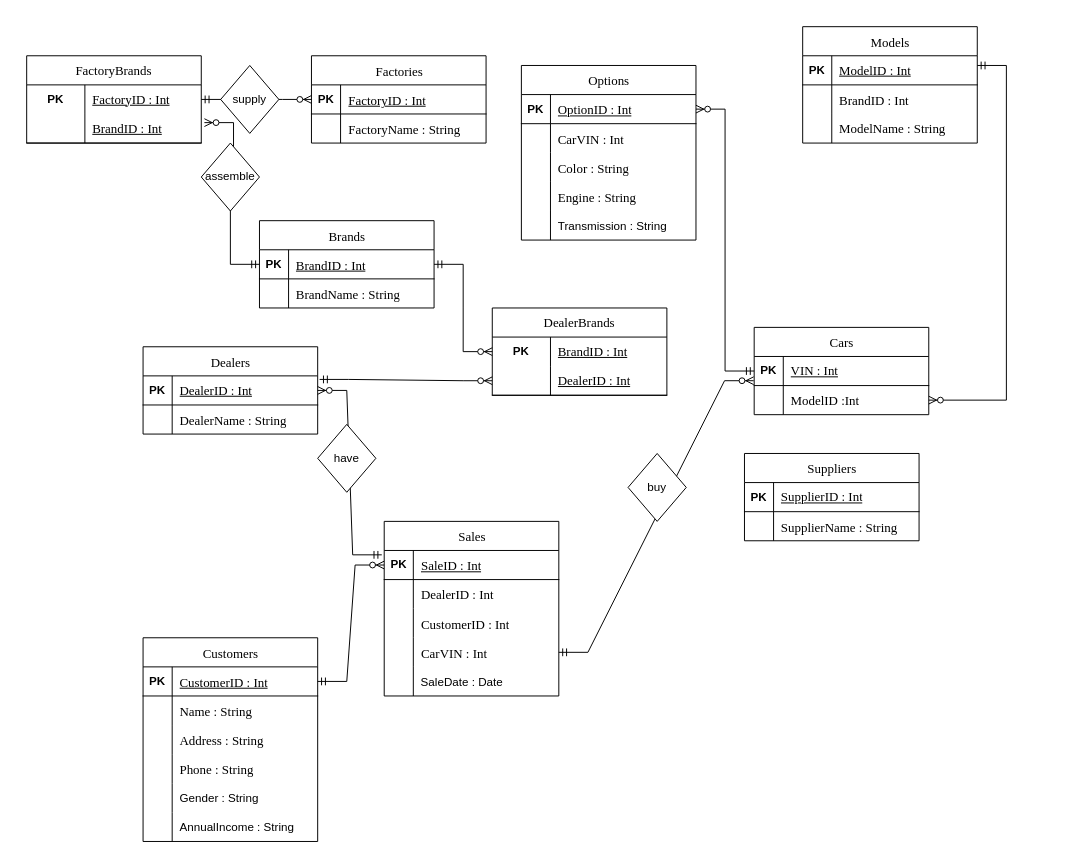
Above: Untitled Diagram.drawio in CHUNG-HAO/DBPG (draw.io), before the change. Source tidied: cells renumbered, new cells numbered last; positions are measured from the earlier drawing's top-left corner, leaving out a move shared by most shapes. Both pictures are drawn from the tidied source at 97%, with x=0, y=0 at pixel (26, 26).
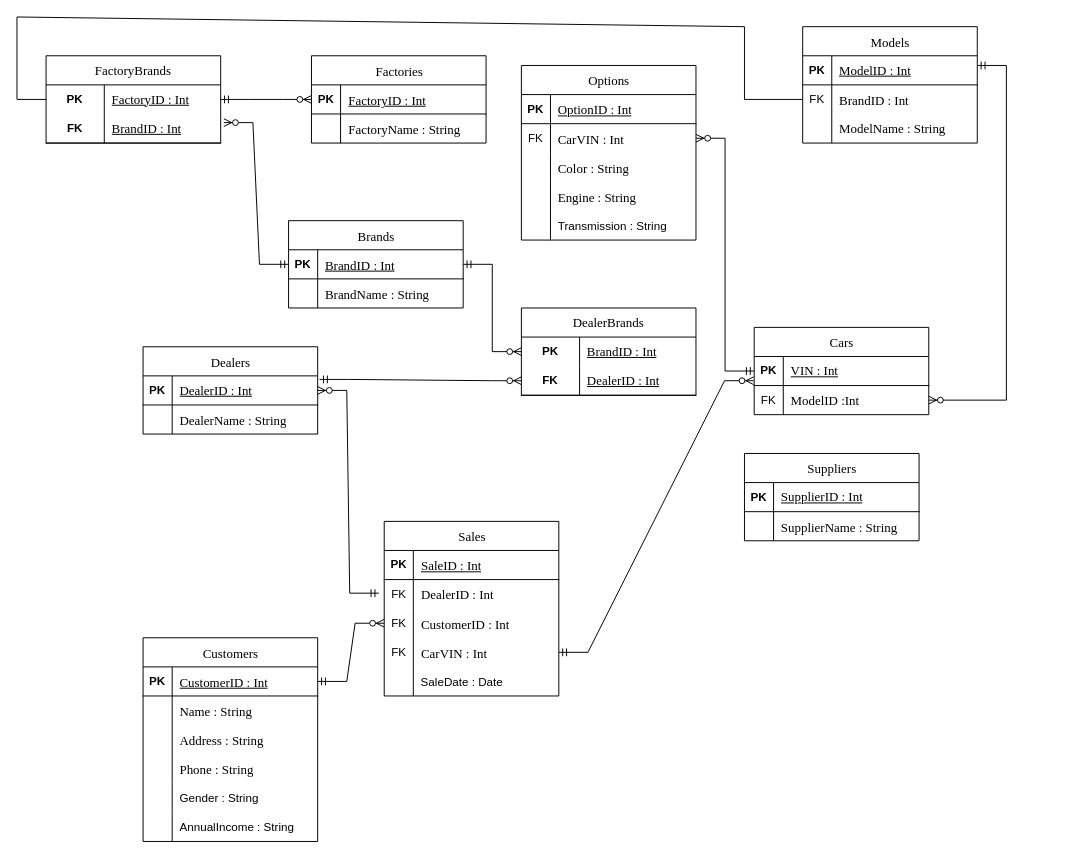
The same diagram, later.

The change refers to these unchanged cells:
```xml
<mxCell id="13" style="shape=tableRow;horizontal=0;startSize=0;swimlaneHead=0;swimlaneBody=0;fillColor=none;points=[[0,0.5],[1,0.5]];portConstraint=eastwest;top=0;left=0;right=0;bottom=0;" parent="9" vertex="1">
  <mxGeometry y="60" width="180" height="30" as="geometry" />
</mxCell>
<mxCell id="21" style="shape=tableRow;horizontal=0;startSize=0;swimlaneHead=0;swimlaneBody=0;fillColor=none;points=[[0,0.5],[1,0.5]];portConstraint=eastwest;top=0;left=0;right=0;bottom=1;" parent="20" vertex="1">
  <mxGeometry y="30" width="180" height="30" as="geometry" />
</mxCell>
<mxCell id="24" style="shape=tableRow;horizontal=0;startSize=0;swimlaneHead=0;swimlaneBody=0;fillColor=none;points=[[0,0.5],[1,0.5]];portConstraint=eastwest;top=0;left=0;right=0;bottom=0;" parent="20" vertex="1">
  <mxGeometry y="60" width="180" height="30" as="geometry" />
</mxCell>
<mxCell id="29" style="shape=tableRow;horizontal=0;startSize=0;swimlaneHead=0;swimlaneBody=0;fillColor=none;points=[[0,0.5],[1,0.5]];portConstraint=eastwest;top=0;left=0;right=0;bottom=1;" parent="28" vertex="1">
  <mxGeometry y="30" width="180" height="30" as="geometry" />
</mxCell>
<mxCell id="32" style="shape=tableRow;horizontal=0;startSize=0;swimlaneHead=0;swimlaneBody=0;fillColor=none;points=[[0,0.5],[1,0.5]];portConstraint=eastwest;top=0;left=0;right=0;bottom=0;" parent="28" vertex="1">
  <mxGeometry y="60" width="180" height="30" as="geometry" />
</mxCell>
<mxCell id="46" style="shape=tableRow;horizontal=0;startSize=0;swimlaneHead=0;swimlaneBody=0;fillColor=none;points=[[0,0.5],[1,0.5]];portConstraint=eastwest;top=0;left=0;right=0;bottom=1;" parent="45" vertex="1">
  <mxGeometry y="30" width="180" height="30" as="geometry" />
</mxCell>
<mxCell id="53" style="shape=tableRow;horizontal=0;startSize=0;swimlaneHead=0;swimlaneBody=0;fillColor=none;points=[[0,0.5],[1,0.5]];portConstraint=eastwest;top=0;left=0;right=0;bottom=1;" parent="52" vertex="1">
  <mxGeometry y="30" width="180" height="30" as="geometry" />
</mxCell>
<mxCell id="72" style="shape=tableRow;horizontal=0;startSize=0;swimlaneHead=0;swimlaneBody=0;fillColor=none;points=[[0,0.5],[1,0.5]];portConstraint=eastwest;top=0;left=0;right=0;bottom=1;" parent="71" vertex="1">
  <mxGeometry y="30" width="180" height="30" as="geometry" />
</mxCell>
<mxCell id="75" style="shape=tableRow;horizontal=0;startSize=0;swimlaneHead=0;swimlaneBody=0;fillColor=none;points=[[0,0.5],[1,0.5]];portConstraint=eastwest;top=0;left=0;right=0;bottom=0;" parent="71" vertex="1">
  <mxGeometry y="60" width="180" height="30" as="geometry" />
</mxCell>
<mxCell id="78" style="shape=tableRow;horizontal=0;startSize=0;swimlaneHead=0;swimlaneBody=0;fillColor=none;points=[[0,0.5],[1,0.5]];portConstraint=eastwest;top=0;left=0;right=0;bottom=0;" parent="71" vertex="1">
  <mxGeometry y="90" width="180" height="30" as="geometry" />
</mxCell>
<mxCell id="81" style="shape=tableRow;horizontal=0;startSize=0;swimlaneHead=0;swimlaneBody=0;fillColor=none;points=[[0,0.5],[1,0.5]];portConstraint=eastwest;top=0;left=0;right=0;bottom=0;" parent="71" vertex="1">
  <mxGeometry y="120" width="180" height="30" as="geometry" />
</mxCell>
<mxCell id="107" style="shape=tableRow;horizontal=0;startSize=0;swimlaneHead=0;swimlaneBody=0;fillColor=none;points=[[0,0.5],[1,0.5]];portConstraint=eastwest;top=0;left=0;right=0;bottom=1;html=1;" parent="103" vertex="1">
  <mxGeometry y="60" width="180" height="30" as="geometry" />
</mxCell>
<mxCell id="111" style="shape=tableRow;horizontal=0;startSize=0;swimlaneHead=0;swimlaneBody=0;fillColor=none;points=[[0,0.5],[1,0.5]];portConstraint=eastwest;top=0;left=0;right=0;bottom=0;html=1;" parent="110" vertex="1">
  <mxGeometry y="30" width="180" height="30" as="geometry" />
</mxCell>
<mxCell id="114" style="shape=tableRow;horizontal=0;startSize=0;swimlaneHead=0;swimlaneBody=0;fillColor=none;points=[[0,0.5],[1,0.5]];portConstraint=eastwest;top=0;left=0;right=0;bottom=1;html=1;" parent="110" vertex="1">
  <mxGeometry y="60" width="180" height="30" as="geometry" />
</mxCell>
```

What changed in the source:
```diff
@@
     <mxCell id="2" value="&lt;span style=&quot;font-weight: 400; text-align: start; white-space: normal; font-size: 10pt; font-family: &amp;quot;Times New Roman&amp;quot;, serif;&quot; lang=&quot;EN-US&quot;&gt;Brands&lt;/span&gt;&lt;span style=&quot;font-family: -webkit-standard; font-size: medium; font-weight: 400; text-align: start; white-space: normal;&quot;&gt;&lt;/span&gt;" style="shape=table;startSize=30;childLayout=tableLayout;rowLines=0;fontStyle=1;align=center;html=1;" parent="1" vertex="1">
-      <mxGeometry x="240" y="200" width="180" height="90" as="geometry" />
+      <mxGeometry x="270" y="200" width="180" height="90" as="geometry" />
     </mxCell>
@@
-    <mxCell id="14" style="shape=partialRectangle;fillColor=none;top=0;left=0;bottom=0;right=0;overflow=hidden;whiteSpace=wrap;html=1;" parent="13" vertex="1">
+    <mxCell id="14" value="FK" style="shape=partialRectangle;fillColor=none;top=0;left=0;bottom=0;right=0;overflow=hidden;whiteSpace=wrap;html=1;" parent="13" vertex="1">
       <mxGeometry width="30" height="30" as="geometry" />
     </mxCell>
@@
-    <mxCell id="25" style="shape=partialRectangle;fillColor=none;top=0;left=0;bottom=0;right=0;overflow=hidden;whiteSpace=wrap;html=1;" parent="24" vertex="1">
+    <mxCell id="25" value="FK" style="shape=partialRectangle;fillColor=none;top=0;left=0;bottom=0;right=0;overflow=hidden;whiteSpace=wrap;html=1;" parent="24" vertex="1">
       <mxGeometry width="30" height="30" as="geometry" />
     </mxCell>
@@
-    <mxCell id="33" style="shape=partialRectangle;fillColor=none;top=0;left=0;bottom=0;right=0;overflow=hidden;whiteSpace=wrap;html=1;" parent="32" vertex="1">
+    <mxCell id="33" value="FK" style="shape=partialRectangle;fillColor=none;top=0;left=0;bottom=0;right=0;overflow=hidden;whiteSpace=wrap;html=1;" parent="32" vertex="1">
       <mxGeometry width="30" height="30" as="geometry" />
     </mxCell>
@@
-    <mxCell id="76" style="shape=partialRectangle;fillColor=none;top=0;left=0;bottom=0;right=0;overflow=hidden;whiteSpace=wrap;html=1;" parent="75" vertex="1">
+    <mxCell id="76" value="FK" style="shape=partialRectangle;fillColor=none;top=0;left=0;bottom=0;right=0;overflow=hidden;whiteSpace=wrap;html=1;" parent="75" vertex="1">
       <mxGeometry width="30" height="30" as="geometry" />
     </mxCell>
@@
-    <mxCell id="79" style="shape=partialRectangle;fillColor=none;top=0;left=0;bottom=0;right=0;overflow=hidden;whiteSpace=wrap;html=1;" parent="78" vertex="1">
+    <mxCell id="79" value="FK" style="shape=partialRectangle;fillColor=none;top=0;left=0;bottom=0;right=0;overflow=hidden;whiteSpace=wrap;html=1;" parent="78" vertex="1">
       <mxGeometry width="30" height="30" as="geometry" />
     </mxCell>
@@
-    <mxCell id="82" style="shape=partialRectangle;fillColor=none;top=0;left=0;bottom=0;right=0;overflow=hidden;whiteSpace=wrap;html=1;" parent="81" vertex="1">
+    <mxCell id="82" value="FK" style="shape=partialRectangle;fillColor=none;top=0;left=0;bottom=0;right=0;overflow=hidden;whiteSpace=wrap;html=1;" parent="81" vertex="1">
       <mxGeometry width="30" height="30" as="geometry" />
     </mxCell>
@@
     <mxCell id="103" value="&lt;span style=&quot;font-family: &amp;quot;Times New Roman&amp;quot;, serif; font-size: 13.333333px; font-weight: 400; text-align: start;&quot;&gt;DealerBrands&lt;/span&gt;" style="shape=table;startSize=30;childLayout=tableLayout;rowLines=0;fontStyle=1;align=center;html=1;whiteSpace=wrap;" parent="1" vertex="1">
-      <mxGeometry x="480" y="290" width="180" height="90" as="geometry" />
+      <mxGeometry x="510" y="290" width="180" height="90" as="geometry" />
     </mxCell>
@@
-    <mxCell id="108" style="shape=partialRectangle;fillColor=none;top=0;left=0;bottom=0;right=0;fontStyle=1;overflow=hidden;html=1;whiteSpace=wrap;" parent="107" vertex="1">
+    <mxCell id="108" value="FK" style="shape=partialRectangle;fillColor=none;top=0;left=0;bottom=0;right=0;fontStyle=1;overflow=hidden;html=1;whiteSpace=wrap;" parent="107" vertex="1">
       <mxGeometry width="60" height="30" as="geometry" />
     </mxCell>
@@
     <mxCell id="110" value="&lt;span style=&quot;font-family: &amp;quot;Times New Roman&amp;quot;, serif; font-size: 13.333333px; font-weight: 400; text-align: start;&quot;&gt;FactoryBrands&lt;/span&gt;" style="shape=table;startSize=30;childLayout=tableLayout;rowLines=0;fontStyle=1;align=center;html=1;whiteSpace=wrap;" parent="1" vertex="1">
-      <mxGeometry y="30" width="180" height="90" as="geometry" />
+      <mxGeometry x="20" y="30" width="180" height="90" as="geometry" />
     </mxCell>
@@
-    <mxCell id="115" style="shape=partialRectangle;fillColor=none;top=0;left=0;bottom=0;right=0;fontStyle=1;overflow=hidden;html=1;whiteSpace=wrap;" parent="114" vertex="1">
+    <mxCell id="115" value="FK" style="shape=partialRectangle;fillColor=none;top=0;left=0;bottom=0;right=0;fontStyle=1;overflow=hidden;html=1;whiteSpace=wrap;" parent="114" vertex="1">
       <mxGeometry width="60" height="30" as="geometry" />
     </mxCell>
@@
-    <mxCell id="117" style="edgeStyle=entityRelationEdgeStyle;fontSize=12;html=1;endArrow=ERzeroToMany;startArrow=ERmandOne;rounded=0;exitX=1;exitY=0.5;exitDx=0;exitDy=0;entryX=0;entryY=0.5;entryDx=0;entryDy=0;" parent="1" edge="1" source="53" target="72">
+    <mxCell id="117" style="edgeStyle=entityRelationEdgeStyle;fontSize=12;html=1;endArrow=ERzeroToMany;startArrow=ERmandOne;rounded=0;exitX=1;exitY=0.5;exitDx=0;exitDy=0;entryX=0;entryY=0.5;entryDx=0;entryDy=0;" parent="1" edge="1" source="53" target="78">
       <mxGeometry relative="1" as="geometry">
         <Array as="points">
           <mxPoint x="270" y="600" />
           <mxPoint x="330" y="610" />
           <mxPoint x="276" y="690" />
           <mxPoint x="300" y="670" />
         </Array>
       </mxGeometry>
     </mxCell>
-    <mxCell id="118" style="edgeStyle=entityRelationEdgeStyle;fontSize=12;html=1;endArrow=ERzeroToMany;startArrow=ERmandOne;rounded=0;entryX=1;entryY=0.5;entryDx=0;entryDy=0;exitX=-0.014;exitY=0.15;exitDx=0;exitDy=0;exitPerimeter=0;" parent="1" edge="1" source="72" target="46">
+    <mxCell id="118" style="edgeStyle=entityRelationEdgeStyle;fontSize=12;html=1;endArrow=ERzeroToMany;startArrow=ERmandOne;rounded=0;entryX=1;entryY=0.5;entryDx=0;entryDy=0;exitX=-0.031;exitY=0.467;exitDx=0;exitDy=0;exitPerimeter=0;" parent="1" edge="1" source="75" target="46">
       <mxGeometry relative="1" as="geometry">
         <Array as="points">
           <mxPoint x="280" y="610" />
           <mxPoint x="260" y="400" />
           <mxPoint x="130" y="450" />
           <mxPoint x="290" y="290" />
           <mxPoint x="340" y="620" />
           <mxPoint x="286" y="700" />
           <mxPoint x="310" y="680" />
         </Array>
       </mxGeometry>
     </mxCell>
@@
-    <mxCell id="123" style="edgeStyle=entityRelationEdgeStyle;fontSize=12;html=1;endArrow=ERzeroToMany;startArrow=ERmandOne;rounded=0;exitX=0;exitY=0.5;exitDx=0;exitDy=0;entryX=1;entryY=0.5;entryDx=0;entryDy=0;" parent="1" edge="1" source="21" target="29">
+    <mxCell id="123" style="edgeStyle=entityRelationEdgeStyle;fontSize=12;html=1;endArrow=ERzeroToMany;startArrow=ERmandOne;rounded=0;exitX=0;exitY=0.5;exitDx=0;exitDy=0;entryX=1;entryY=0.5;entryDx=0;entryDy=0;" parent="1" edge="1" source="21" target="32">
       <mxGeometry relative="1" as="geometry" />
     </mxCell>
@@
-    <mxCell id="125" value="have" style="rhombus;whiteSpace=wrap;html=1;" parent="1" vertex="1">
-      <mxGeometry x="300" y="410" width="60" height="70" as="geometry" />
-    </mxCell>
-    <mxCell id="126" value="assemble" style="rhombus;whiteSpace=wrap;html=1;" parent="1" vertex="1">
-      <mxGeometry x="180" y="120" width="60" height="70" as="geometry" />
-    </mxCell>
-    <mxCell id="127" value="supply" style="rhombus;whiteSpace=wrap;html=1;" parent="1" vertex="1">
-      <mxGeometry x="200" y="40" width="60" height="70" as="geometry" />
-    </mxCell>
@@
-    <mxCell id="129" value="buy" style="rhombus;whiteSpace=wrap;html=1;" parent="1" vertex="1">
-      <mxGeometry x="620" y="440" width="60" height="70" as="geometry" />
-    </mxCell>
+    <mxCell id="130" style="endArrow=none;html=1;rounded=0;entryX=0;entryY=0.5;entryDx=0;entryDy=0;exitX=0;exitY=0.5;exitDx=0;exitDy=0;" parent="1" edge="1" source="111" target="13">
+      <mxGeometry relative="1" as="geometry">
+        <Array as="points">
+          <mxPoint x="-10" y="75" />
+          <mxPoint x="-10" y="-10" />
+          <mxPoint x="740" />
+          <mxPoint x="740" y="75" />
+        </Array>
+      </mxGeometry>
+    </mxCell>
```
